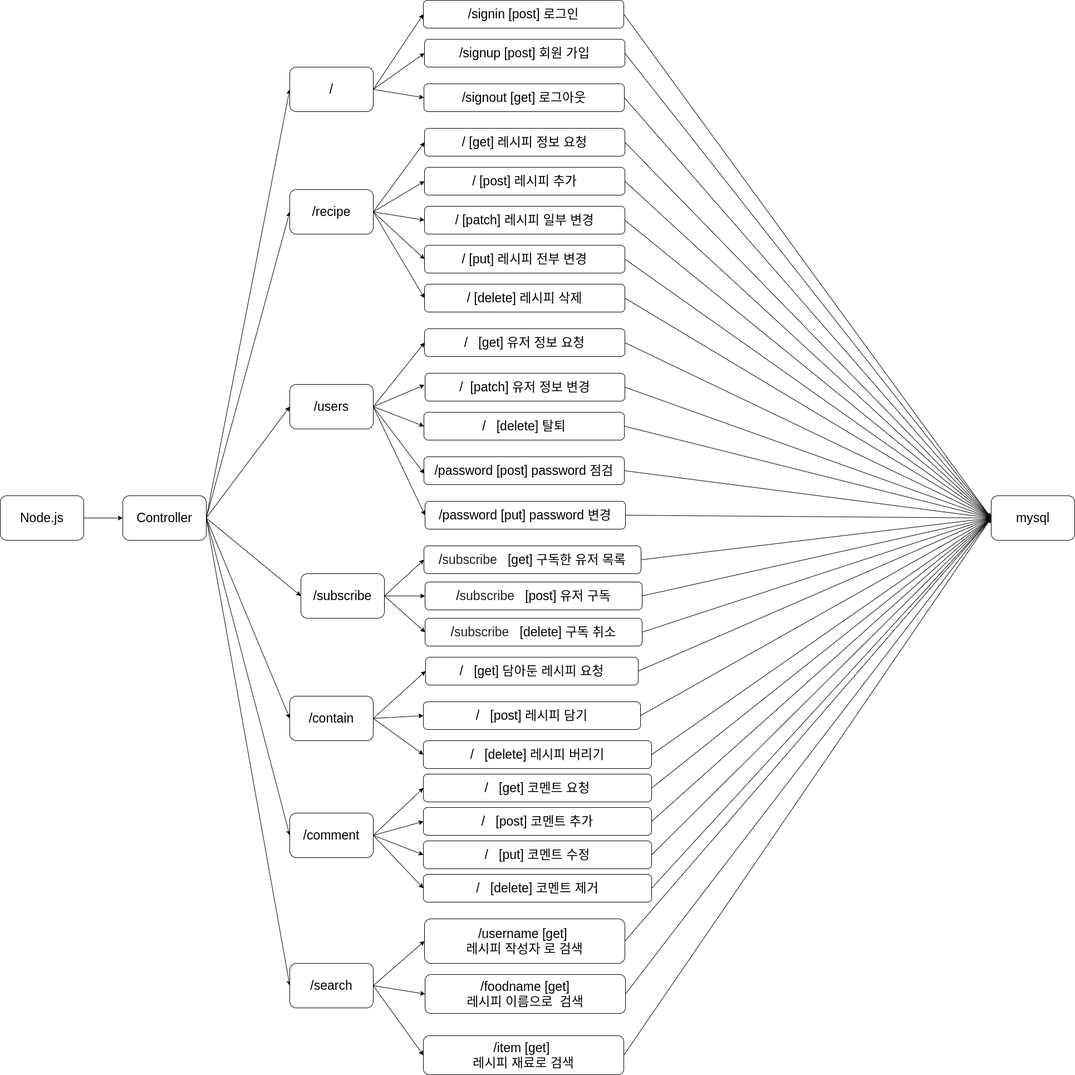
The draw.io diagram images/back_flow.png in triple486/Recipe_101-client-, before a commit. Source tidied: cells renumbered, new cells last; positions are measured from the earlier drawing's top-left corner, leaving out a move shared by most shapes.
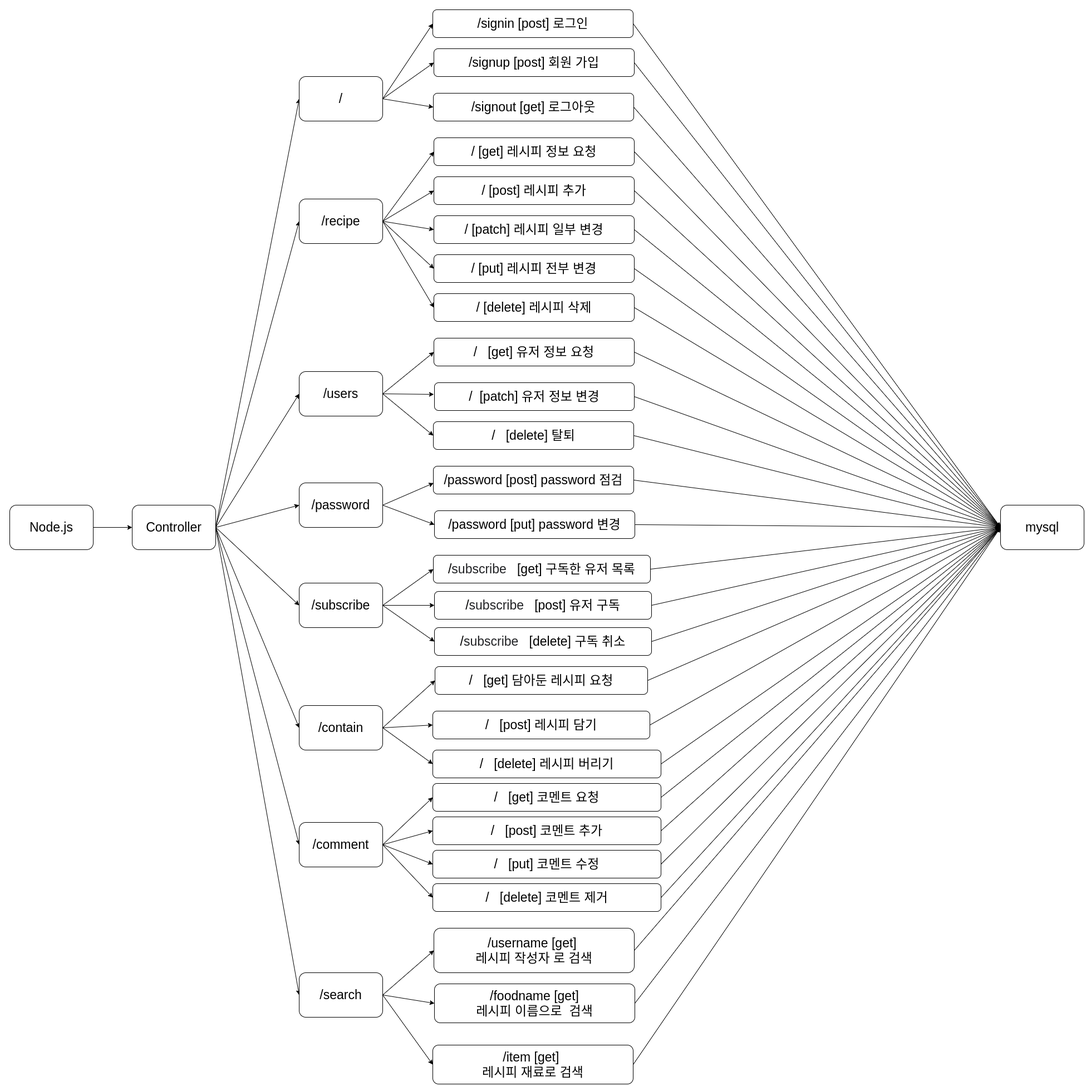
After the change.

Change to the diagram source:
```diff
@@ -37,6 +37,9 @@
     <mxCell id="12" style="edgeStyle=none;rounded=0;jettySize=auto;html=1;exitX=1;exitY=0.5;exitDx=0;exitDy=0;entryX=0;entryY=0.5;entryDx=0;entryDy=0;" parent="1" edge="1" source="13" target="99">
       <mxGeometry relative="1" as="geometry" />
     </mxCell>
+    <mxCell id="100" style="edgeStyle=none;rounded=0;jettySize=auto;html=1;exitX=1;exitY=0.5;exitDx=0;exitDy=0;entryX=0;entryY=0.5;entryDx=0;entryDy=0;" parent="1" edge="1" source="13" target="102">
+      <mxGeometry relative="1" as="geometry" />
+    </mxCell>
     <mxCell id="13" value="Controller" style="text;html=1;align=center;verticalAlign=middle;whiteSpace=wrap;rounded=1;strokeColor=#000000;fontSize=23;fillColor=#ffffff;" parent="1" vertex="1">
       <mxGeometry x="220" y="890" width="150" height="80" as="geometry" />
     </mxCell>
@@ -52,7 +55,7 @@
     <mxCell id="17" style="edgeStyle=none;rounded=0;jettySize=auto;html=1;fontSize=23;startArrow=none;startFill=0;endArrow=classic;endFill=1;exitX=1;exitY=0.5;exitDx=0;exitDy=0;entryX=0;entryY=0.5;entryDx=0;entryDy=0;" parent="1" edge="1" source="28" target="38">
       <mxGeometry relative="1" as="geometry" />
     </mxCell>
-    <mxCell id="18" style="edgeStyle=none;rounded=0;jettySize=auto;html=1;entryX=0.001;entryY=0.607;entryDx=0;entryDy=0;entryPerimeter=0;fontSize=23;startArrow=none;startFill=0;endArrow=classic;endFill=1;exitX=1;exitY=0.5;exitDx=0;exitDy=0;" parent="1" edge="1" source="28" target="45">
+    <mxCell id="18" style="edgeStyle=none;rounded=0;jettySize=auto;html=1;entryX=0.001;entryY=0.607;entryDx=0;entryDy=0;entryPerimeter=0;fontSize=23;startArrow=none;startFill=0;endArrow=classic;endFill=1;exitX=1;exitY=0.5;exitDx=0;exitDy=0;" parent="1" edge="1" source="102" target="45">
       <mxGeometry relative="1" as="geometry" />
     </mxCell>
     <mxCell id="19" style="edgeStyle=none;rounded=0;jettySize=auto;html=1;exitX=1;exitY=0.5;exitDx=0;exitDy=0;entryX=0;entryY=0.5;entryDx=0;entryDy=0;" parent="1" edge="1" source="98" target="67">
@@ -83,7 +86,7 @@
       <mxGeometry relative="1" as="geometry" />
     </mxCell>
     <mxCell id="28" value="/users" style="text;html=1;align=center;verticalAlign=middle;whiteSpace=wrap;rounded=1;strokeColor=#000000;fontSize=23;fillColor=#ffffff;" parent="1" vertex="1">
-      <mxGeometry x="520" y="690" width="150" height="80" as="geometry" />
+      <mxGeometry x="520" y="650" width="150" height="80" as="geometry" />
     </mxCell>
     <mxCell id="29" value="/search" style="text;html=1;align=center;verticalAlign=middle;whiteSpace=wrap;rounded=1;strokeColor=#000000;fontSize=23;fillColor=#ffffff;" parent="1" vertex="1">
       <mxGeometry x="520" y="1730" width="150" height="80" as="geometry" />
@@ -142,7 +145,7 @@
     <mxCell id="47" value="/ [post] 레시피 추가" style="text;html=1;align=center;verticalAlign=middle;whiteSpace=wrap;rounded=1;strokeColor=#000000;fontSize=23;fillColor=#ffffff;" parent="1" vertex="1">
       <mxGeometry x="762" y="300" width="360" height="50" as="geometry" />
     </mxCell>
-    <mxCell id="48" style="edgeStyle=none;rounded=0;jettySize=auto;html=1;exitX=0;exitY=0.5;exitDx=0;exitDy=0;entryX=1;entryY=0.5;entryDx=0;entryDy=0;fontSize=23;startArrow=classic;startFill=1;endArrow=none;endFill=0;" parent="1" edge="1" source="50" target="28">
+    <mxCell id="48" style="edgeStyle=none;rounded=0;jettySize=auto;html=1;exitX=0;exitY=0.5;exitDx=0;exitDy=0;entryX=1;entryY=0.5;entryDx=0;entryDy=0;fontSize=23;startArrow=classic;startFill=1;endArrow=none;endFill=0;" parent="1" edge="1" source="50" target="102">
       <mxGeometry relative="1" as="geometry" />
     </mxCell>
     <mxCell id="49" style="edgeStyle=none;rounded=0;jettySize=auto;html=1;exitX=1;exitY=0.5;exitDx=0;exitDy=0;fontSize=23;startArrow=none;startFill=0;endArrow=classic;endFill=1;entryX=0;entryY=0.5;entryDx=0;entryDy=0;" parent="1" edge="1" source="50" target="70">
@@ -302,7 +305,13 @@
       <mxGeometry x="520" y="1250" width="150" height="80" as="geometry" />
     </mxCell>
     <mxCell id="99" value="/subscribe" style="text;html=1;align=center;verticalAlign=middle;whiteSpace=wrap;rounded=1;strokeColor=#000000;fontSize=23;fillColor=#ffffff;" parent="1" vertex="1">
-      <mxGeometry x="540" y="1030" width="150" height="80" as="geometry" />
+      <mxGeometry x="520" y="1030" width="150" height="80" as="geometry" />
     </mxCell>
+    <mxCell id="101" style="edgeStyle=none;rounded=0;orthogonalLoop=1;jettySize=auto;html=1;exitX=0.5;exitY=0;exitDx=0;exitDy=0;" parent="1" edge="1" source="99" target="99">
+      <mxGeometry relative="1" as="geometry" />
+    </mxCell>
+    <mxCell id="102" value="/password" style="text;html=1;align=center;verticalAlign=middle;whiteSpace=wrap;rounded=1;strokeColor=#000000;fontSize=23;fillColor=#ffffff;" parent="1" vertex="1">
+      <mxGeometry x="520" y="850" width="150" height="80" as="geometry" />
+    </mxCell>
   </root>
 </mxGraphModel>
```
